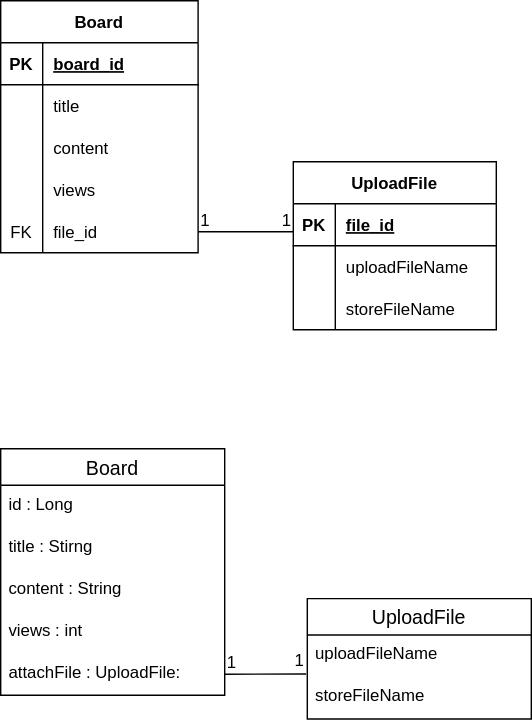
lwisekiml/study_board keeps this draw.io diagram as Document/erd.drawio.svg. Above is the earlier version. Source tidied: cells renumbered, new cells last; positions are measured from the earlier drawing's top-left corner, leaving out a move shared by most shapes.
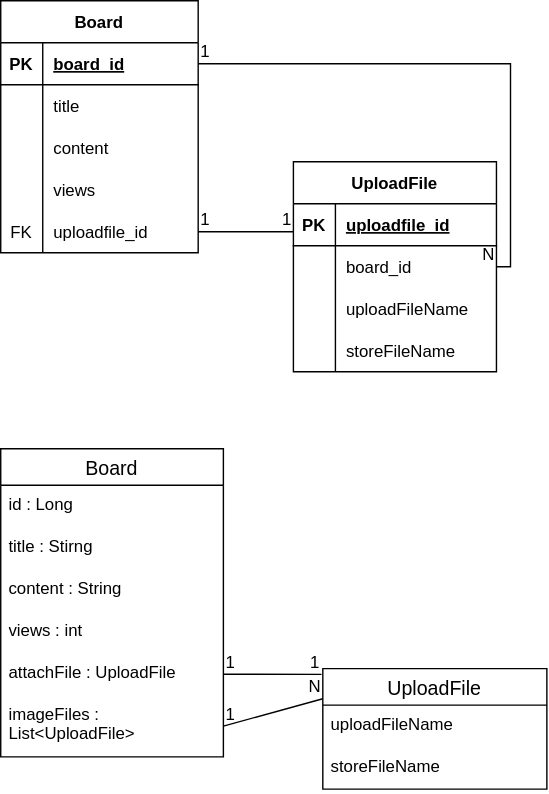
After the commit.

The edit, as a diff of the source:
```diff
@@ -3,7 +3,7 @@
     <mxCell id="0" />
     <mxCell id="1" parent="0" />
     <mxCell id="2" value="UploadFile" style="shape=table;startSize=30;rowLines=0;fontStyle=1;align=center;" parent="1" vertex="1">
-      <mxGeometry x="209" y="115" width="145" height="120" as="geometry" />
+      <mxGeometry x="209" y="115" width="145" height="150" as="geometry" />
     </mxCell>
     <mxCell id="3" style="shape=partialRectangle;fillColor=none;points=[[0,0.5],[1,0.5]];portConstraint=eastwest;top=0;left=0;right=0;bottom=1;" parent="2" vertex="1">
       <mxGeometry y="30" width="145" height="30" as="geometry" />
@@ -11,7 +11,7 @@
     <mxCell id="4" value="PK" style="shape=partialRectangle;overflow=hidden;fillColor=none;top=0;left=0;bottom=0;right=0;fontStyle=1;" parent="3" vertex="1">
       <mxGeometry width="30" height="30" as="geometry" />
     </mxCell>
-    <mxCell id="5" value="file_id" style="shape=partialRectangle;overflow=hidden;fillColor=none;top=0;left=0;bottom=0;right=0;align=left;spacingLeft=6;fontStyle=5;" parent="3" vertex="1">
+    <mxCell id="5" value="uploadfile_id" style="shape=partialRectangle;overflow=hidden;fillColor=none;top=0;left=0;bottom=0;right=0;align=left;spacingLeft=6;fontStyle=5;" parent="3" vertex="1">
       <mxGeometry x="30" width="115" height="30" as="geometry" />
     </mxCell>
     <mxCell id="6" style="shape=partialRectangle;fillColor=none;points=[[0,0.5],[1,0.5]];portConstraint=eastwest;top=0;left=0;right=0;bottom=0;" parent="2" vertex="1">
@@ -20,11 +20,20 @@
     <mxCell id="7" style="shape=partialRectangle;overflow=hidden;fillColor=none;top=0;left=0;bottom=0;right=0;" parent="6" vertex="1">
       <mxGeometry width="30" height="30" as="geometry" />
     </mxCell>
-    <mxCell id="8" value="uploadFileName" style="shape=partialRectangle;overflow=hidden;fillColor=none;top=0;left=0;bottom=0;right=0;align=left;spacingLeft=6;" parent="6" vertex="1">
+    <mxCell id="8" value="board_id" style="shape=partialRectangle;overflow=hidden;fillColor=none;top=0;left=0;bottom=0;right=0;align=left;spacingLeft=6;" parent="6" vertex="1">
       <mxGeometry x="30" width="115" height="30" as="geometry" />
     </mxCell>
+    <mxCell id="43" style="shape=partialRectangle;fillColor=none;top=0;left=0;right=0;bottom=0;" parent="2" vertex="1">
+      <mxGeometry y="90" width="145" height="30" as="geometry" />
+    </mxCell>
+    <mxCell id="44" style="shape=partialRectangle;overflow=hidden;fillColor=none;top=0;left=0;bottom=0;right=0;" parent="43" vertex="1">
+      <mxGeometry width="30" height="30" as="geometry" />
+    </mxCell>
+    <mxCell id="45" value="uploadFileName" style="shape=partialRectangle;overflow=hidden;fillColor=none;top=0;left=0;bottom=0;right=0;align=left;spacingLeft=6;" parent="43" vertex="1">
+      <mxGeometry x="30" width="115" height="30" as="geometry" />
+    </mxCell>
     <mxCell id="9" style="shape=partialRectangle;fillColor=none;top=0;left=0;right=0;bottom=0;" parent="2" vertex="1">
-      <mxGeometry y="90" width="145" height="30" as="geometry" />
+      <mxGeometry y="120" width="145" height="30" as="geometry" />
     </mxCell>
     <mxCell id="10" style="shape=partialRectangle;overflow=hidden;fillColor=none;top=0;left=0;bottom=0;right=0;" parent="9" vertex="1">
       <mxGeometry width="30" height="30" as="geometry" />
@@ -77,29 +86,32 @@
     <mxCell id="26" value="FK" style="shape=partialRectangle;overflow=hidden;fillColor=none;top=0;left=0;bottom=0;right=0;" parent="25" vertex="1">
       <mxGeometry width="30" height="30" as="geometry" />
     </mxCell>
-    <mxCell id="27" value="file_id" style="shape=partialRectangle;overflow=hidden;fillColor=none;top=0;left=0;bottom=0;right=0;align=left;spacingLeft=6;" parent="25" vertex="1">
+    <mxCell id="27" value="uploadfile_id" style="shape=partialRectangle;overflow=hidden;fillColor=none;top=0;left=0;bottom=0;right=0;align=left;spacingLeft=6;" parent="25" vertex="1">
       <mxGeometry x="30" width="111" height="30" as="geometry" />
     </mxCell>
     <mxCell id="28" value="Board" style="swimlane;fontStyle=0;horizontal=1;startSize=26;align=center;fontSize=14;" parent="1" vertex="1">
-      <mxGeometry y="320" width="160" height="176" as="geometry" />
+      <mxGeometry y="320" width="159" height="220" as="geometry" />
     </mxCell>
     <mxCell id="29" value="id : Long" style="text;strokeColor=none;fillColor=none;spacingLeft=4;spacingRight=4;overflow=hidden;fontSize=12;whiteSpace=wrap;html=1;" parent="28" vertex="1">
-      <mxGeometry y="26" width="160" height="30" as="geometry" />
+      <mxGeometry y="26" width="159" height="30" as="geometry" />
     </mxCell>
     <mxCell id="30" value="title : Stirng" style="text;strokeColor=none;fillColor=none;spacingLeft=4;spacingRight=4;overflow=hidden;fontSize=12;whiteSpace=wrap;html=1;" parent="28" vertex="1">
-      <mxGeometry y="56" width="160" height="30" as="geometry" />
+      <mxGeometry y="56" width="159" height="30" as="geometry" />
     </mxCell>
     <mxCell id="31" value="content : String" style="text;strokeColor=none;fillColor=none;spacingLeft=4;spacingRight=4;overflow=hidden;fontSize=12;whiteSpace=wrap;html=1;" parent="28" vertex="1">
-      <mxGeometry y="86" width="160" height="30" as="geometry" />
+      <mxGeometry y="86" width="159" height="30" as="geometry" />
     </mxCell>
     <mxCell id="32" value="views : int" style="text;strokeColor=none;fillColor=none;spacingLeft=4;spacingRight=4;overflow=hidden;fontSize=12;whiteSpace=wrap;html=1;" parent="28" vertex="1">
-      <mxGeometry y="116" width="160" height="30" as="geometry" />
+      <mxGeometry y="116" width="159" height="30" as="geometry" />
     </mxCell>
-    <mxCell id="33" value="attachFile : UploadFile:&amp;nbsp;" style="text;strokeColor=none;fillColor=none;spacingLeft=4;spacingRight=4;overflow=hidden;points=[[0,0.5],[1,0.5]];portConstraint=eastwest;fontSize=12;whiteSpace=wrap;html=1;" parent="28" vertex="1">
-      <mxGeometry y="146" width="160" height="30" as="geometry" />
+    <mxCell id="33" value="attachFile : UploadFile" style="text;strokeColor=none;fillColor=none;spacingLeft=4;spacingRight=4;overflow=hidden;points=[[0,0.5],[1,0.5]];portConstraint=eastwest;fontSize=12;whiteSpace=wrap;html=1;" parent="28" vertex="1">
+      <mxGeometry y="146" width="159" height="30" as="geometry" />
     </mxCell>
+    <mxCell id="46" value="imageFiles : List&amp;lt;UploadFile&amp;gt;&amp;nbsp;" style="text;strokeColor=none;fillColor=none;spacingLeft=4;spacingRight=4;overflow=hidden;points=[[0,0.5],[1,0.5]];portConstraint=eastwest;fontSize=12;whiteSpace=wrap;html=1;" parent="28" vertex="1">
+      <mxGeometry y="176" width="159" height="44" as="geometry" />
+    </mxCell>
     <mxCell id="34" value="UploadFile" style="swimlane;fontStyle=0;horizontal=1;startSize=26;align=center;fontSize=14;" parent="1" vertex="1">
-      <mxGeometry x="219" y="427" width="160" height="86" as="geometry" />
+      <mxGeometry x="230" y="477" width="160" height="86" as="geometry" />
     </mxCell>
     <mxCell id="35" value="&lt;span style=&quot;text-wrap: nowrap;&quot;&gt;uploadFileName&lt;/span&gt;" style="text;strokeColor=none;fillColor=none;spacingLeft=4;spacingRight=4;overflow=hidden;points=[[0,0.5],[1,0.5]];portConstraint=eastwest;fontSize=12;whiteSpace=wrap;html=1;" parent="34" vertex="1">
       <mxGeometry y="26" width="160" height="30" as="geometry" />
@@ -107,7 +119,7 @@
     <mxCell id="36" value="&lt;span style=&quot;text-wrap: nowrap;&quot;&gt;storeFileName&lt;/span&gt;" style="text;strokeColor=none;fillColor=none;spacingLeft=4;spacingRight=4;overflow=hidden;fontSize=12;whiteSpace=wrap;html=1;" parent="34" vertex="1">
       <mxGeometry y="56" width="160" height="30" as="geometry" />
     </mxCell>
-    <mxCell id="37" style="endArrow=none;html=1;rounded=0;exitX=1;exitY=0.5;exitDx=0;exitDy=0;entryX=-0.005;entryY=0.928;entryDx=0;entryDy=0;entryPerimeter=0;" parent="1" edge="1" source="33" target="35">
+    <mxCell id="37" style="endArrow=none;html=1;rounded=0;exitX=1;exitY=0.5;exitDx=0;exitDy=0;entryX=-0.006;entryY=0.047;entryDx=0;entryDy=0;entryPerimeter=0;" parent="1" edge="1" source="33" target="34">
       <mxGeometry relative="1" as="geometry" />
     </mxCell>
     <mxCell id="38" value="1" style="html=1;whiteSpace=wrap;align=left;verticalAlign=bottom;" parent="37" vertex="1">
@@ -125,5 +137,23 @@
     <mxCell id="42" value="1" style="html=1;whiteSpace=wrap;align=right;verticalAlign=bottom;" parent="40" vertex="1">
       <mxGeometry x="1" relative="1" as="geometry" />
     </mxCell>
+    <mxCell id="47" style="endArrow=none;html=1;rounded=0;exitX=1;exitY=0.5;exitDx=0;exitDy=0;entryX=1;entryY=0.5;entryDx=0;entryDy=0;edgeStyle=orthogonalEdgeStyle;" parent="1" edge="1" source="13" target="6">
+      <mxGeometry relative="1" as="geometry" />
+    </mxCell>
+    <mxCell id="48" value="1" style="html=1;whiteSpace=wrap;align=left;verticalAlign=bottom;" parent="47" vertex="1">
+      <mxGeometry x="-1" relative="1" as="geometry" />
+    </mxCell>
+    <mxCell id="49" value="N" style="html=1;whiteSpace=wrap;align=right;verticalAlign=bottom;" parent="47" vertex="1">
+      <mxGeometry x="1" relative="1" as="geometry" />
+    </mxCell>
+    <mxCell id="50" style="endArrow=none;html=1;rounded=0;exitX=1;exitY=0.5;exitDx=0;exitDy=0;entryX=0;entryY=0.25;entryDx=0;entryDy=0;" parent="1" edge="1" source="46" target="34">
+      <mxGeometry relative="1" as="geometry" />
+    </mxCell>
+    <mxCell id="51" value="1" style="html=1;whiteSpace=wrap;align=left;verticalAlign=bottom;" parent="50" vertex="1">
+      <mxGeometry x="-1" relative="1" as="geometry" />
+    </mxCell>
+    <mxCell id="52" value="N" style="html=1;whiteSpace=wrap;align=right;verticalAlign=bottom;" parent="50" vertex="1">
+      <mxGeometry x="1" relative="1" as="geometry" />
+    </mxCell>
   </root>
 </mxGraphModel>
```
